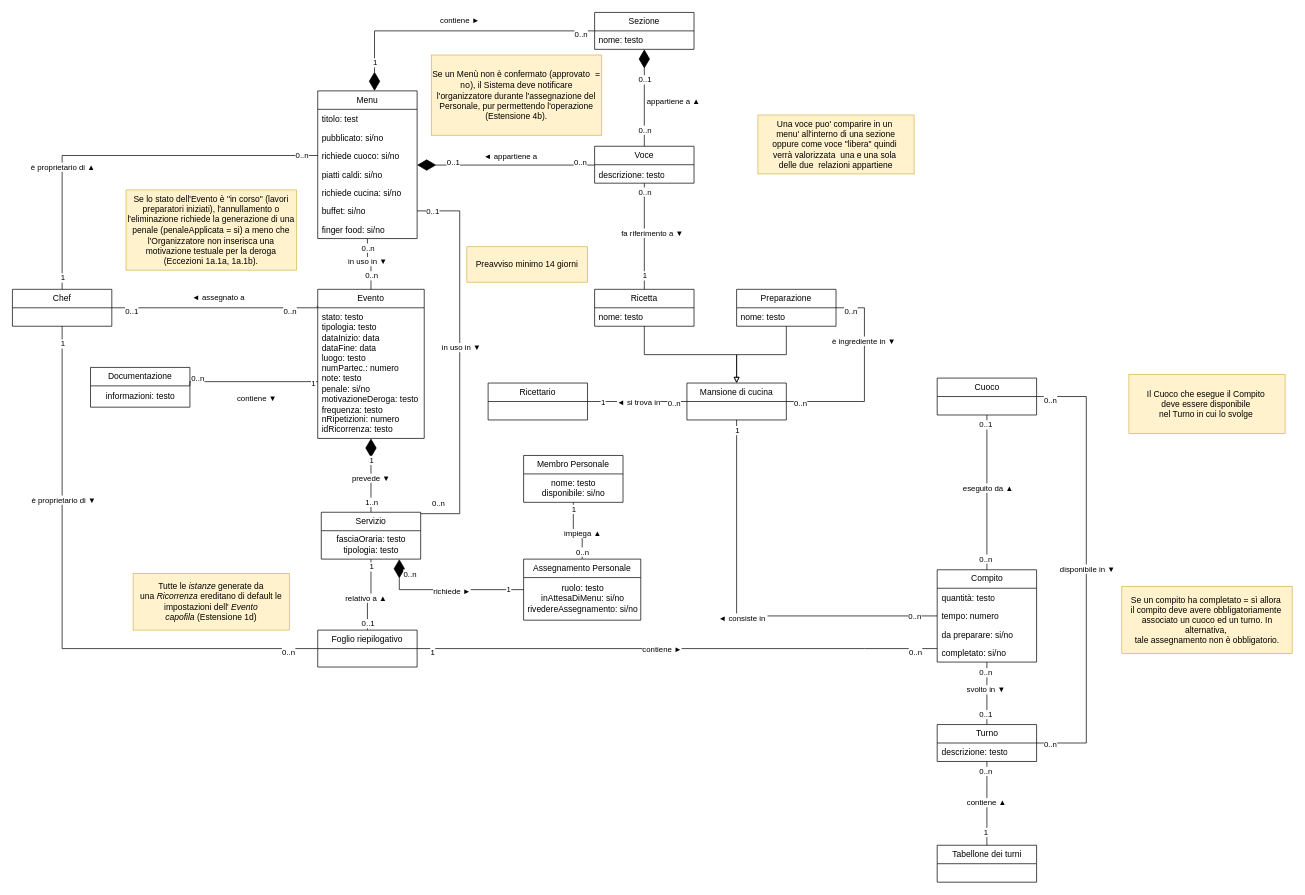
The draw.io diagram rev/Modello di Dominio/ModelloDominioGestioneEventi.drawio in Meinuelss/Sviluppo_Applicazioni_Software, before the edit. Source tidied: cells renumbered, new cells numbered last; positions are measured from the earlier drawing's top-left corner, leaving out a move shared by most shapes. Both pictures are drawn from the tidied source at 71%, with x=0, y=0 at pixel (12, 12).
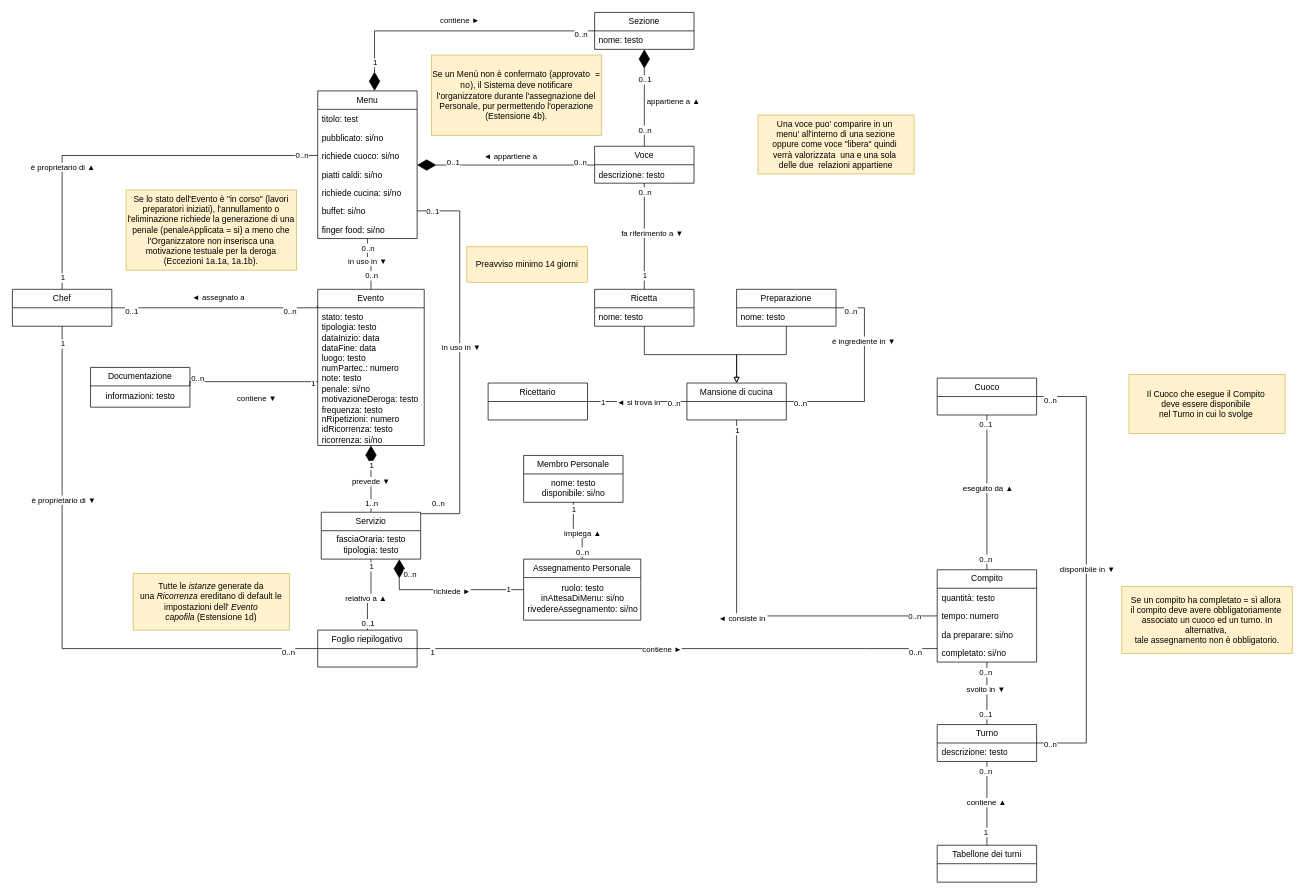
After the change.

Change to the diagram source:
```diff
@@
     <mxCell id="44" value="Evento" style="swimlane;fontStyle=0;horizontal=1;startSize=26;fillColor=none;whiteSpace=wrap;html=1;" parent="1" vertex="1">
-      <mxGeometry x="430" y="390" width="150" height="210" as="geometry" />
+      <mxGeometry x="430" y="390" width="150" height="220" as="geometry" />
     </mxCell>
-    <mxCell id="45" value="stato: testo&lt;div&gt;tipologia: testo&lt;/div&gt;&lt;div&gt;dataInizio: data&lt;/div&gt;&lt;div&gt;dataFine: data&lt;/div&gt;&lt;div&gt;luogo: testo&lt;/div&gt;&lt;div&gt;numPartec.: numero&lt;/div&gt;&lt;div&gt;note: testo&lt;/div&gt;&lt;div&gt;penale: si/no&lt;/div&gt;&lt;div&gt;motivazioneDeroga: testo&lt;/div&gt;&lt;div&gt;frequenza: testo&lt;/div&gt;&lt;div&gt;&lt;span style=&quot;background-color: transparent; color: light-dark(rgb(0, 0, 0), rgb(255, 255, 255));&quot;&gt;nRipetizioni: numero&lt;/span&gt;&lt;/div&gt;&lt;div&gt;idRicorrenza: testo&lt;/div&gt;&lt;div&gt;&lt;br&gt;&lt;/div&gt;&lt;div&gt;&lt;br&gt;&lt;/div&gt;" style="text;strokeColor=none;fillColor=none;align=left;verticalAlign=top;spacingLeft=4;spacingRight=4;overflow=hidden;points=[[0,0.5],[1,0.5]];portConstraint=eastwest;whiteSpace=wrap;html=1;" parent="44" vertex="1">
-      <mxGeometry y="26" width="150" height="184" as="geometry" />
+    <mxCell id="45" value="stato: testo&lt;div&gt;tipologia: testo&lt;/div&gt;&lt;div&gt;dataInizio: data&lt;/div&gt;&lt;div&gt;dataFine: data&lt;/div&gt;&lt;div&gt;luogo: testo&lt;/div&gt;&lt;div&gt;numPartec.: numero&lt;/div&gt;&lt;div&gt;note: testo&lt;/div&gt;&lt;div&gt;penale: si/no&lt;/div&gt;&lt;div&gt;motivazioneDeroga: testo&lt;/div&gt;&lt;div&gt;frequenza: testo&lt;/div&gt;&lt;div&gt;&lt;span style=&quot;background-color: transparent; color: light-dark(rgb(0, 0, 0), rgb(255, 255, 255));&quot;&gt;nRipetizioni: numero&lt;/span&gt;&lt;/div&gt;&lt;div&gt;idRicorrenza: testo&lt;/div&gt;&lt;div&gt;ricorrenza: si/no&lt;/div&gt;&lt;div&gt;&lt;br&gt;&lt;/div&gt;&lt;div&gt;&lt;br&gt;&lt;/div&gt;" style="text;strokeColor=none;fillColor=none;align=left;verticalAlign=top;spacingLeft=4;spacingRight=4;overflow=hidden;points=[[0,0.5],[1,0.5]];portConstraint=eastwest;whiteSpace=wrap;html=1;" parent="44" vertex="1">
+      <mxGeometry y="26" width="150" height="194" as="geometry" />
     </mxCell>
```
